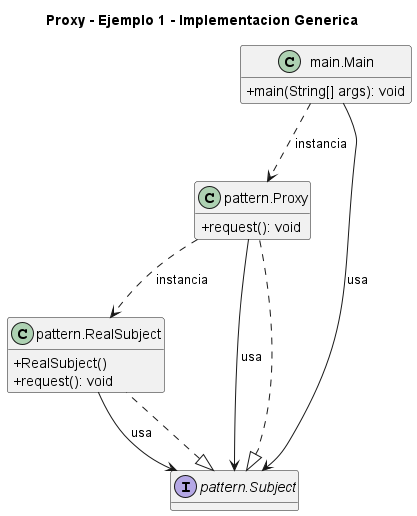
This is 2. Estructurales/Proxy/Ejemplo 1 - Implementacion Generica/UML.png from NicoCG32/Patrones-de-Software-y-Programacion-UCN, a PlantUML export, as it was before one commit. Its diagram source:
```plantuml
@startuml
title Proxy - Ejemplo 1 - Implementacion Generica
skinparam classAttributeIconSize 0
hide empty fields
class "main.Main" as main_Main {
  +main(String[] args): void
}
class "pattern.Proxy" as pattern_Proxy {
  +request(): void
}
class "pattern.RealSubject" as pattern_RealSubject {
  +RealSubject()
  +request(): void
}
interface "pattern.Subject" as pattern_Subject {
}
pattern_Subject <|.. pattern_Proxy
pattern_Subject <|.. pattern_RealSubject
main_Main ..> pattern_Proxy : instancia
main_Main --> pattern_Subject : usa
pattern_Proxy ..> pattern_RealSubject : instancia
pattern_Proxy --> pattern_Subject : usa
pattern_RealSubject --> pattern_Subject : usa
@enduml
```
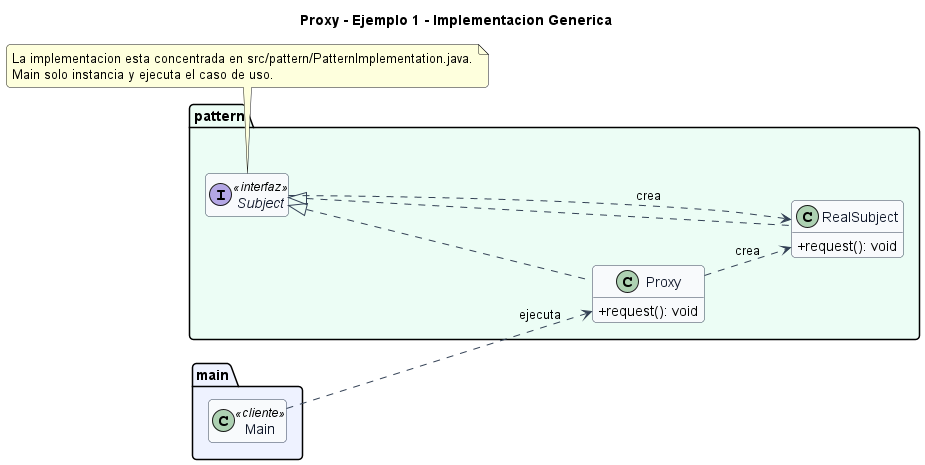
The same file after the commit.

The edit, as a diff of the source:
```diff
@@ -1,24 +1,41 @@
 @startuml
 title Proxy - Ejemplo 1 - Implementacion Generica
+left to right direction
+skinparam backgroundColor #FFFFFF
+skinparam shadowing false
+skinparam roundcorner 8
 skinparam classAttributeIconSize 0
-hide empty fields
-class "main.Main" as main_Main {
-  +main(String[] args): void
+skinparam class {
+  BackgroundColor #F8FAFC
+  BorderColor #334155
+  ArrowColor #334155
+  FontColor #0F172A
 }
-class "pattern.Proxy" as pattern_Proxy {
-  +request(): void
+hide empty members
+
+package "main" #EEF2FF {
+  class Main <<cliente>>
 }
-class "pattern.RealSubject" as pattern_RealSubject {
-  +RealSubject()
-  +request(): void
+
+package "pattern" #ECFDF5 {
+  class Proxy {
+    +request(): void
+  }
+  class RealSubject {
+    +request(): void
+  }
+  interface Subject <<interfaz>> {
+  }
 }
-interface "pattern.Subject" as pattern_Subject {
-}
-pattern_Subject <|.. pattern_Proxy
-pattern_Subject <|.. pattern_RealSubject
-main_Main ..> pattern_Proxy : instancia
-main_Main --> pattern_Subject : usa
-pattern_Proxy ..> pattern_RealSubject : instancia
-pattern_Proxy --> pattern_Subject : usa
-pattern_RealSubject --> pattern_Subject : usa
+
+Subject <|.. Proxy
+Subject <|.. RealSubject
+Proxy ..> RealSubject : crea
+Subject ..> RealSubject : crea
+Main ..> Proxy : ejecuta
+
+note bottom
+La implementacion esta concentrada en src/pattern/PatternImplementation.java.
+Main solo instancia y ejecuta el caso de uso.
+end note
 @enduml
```
